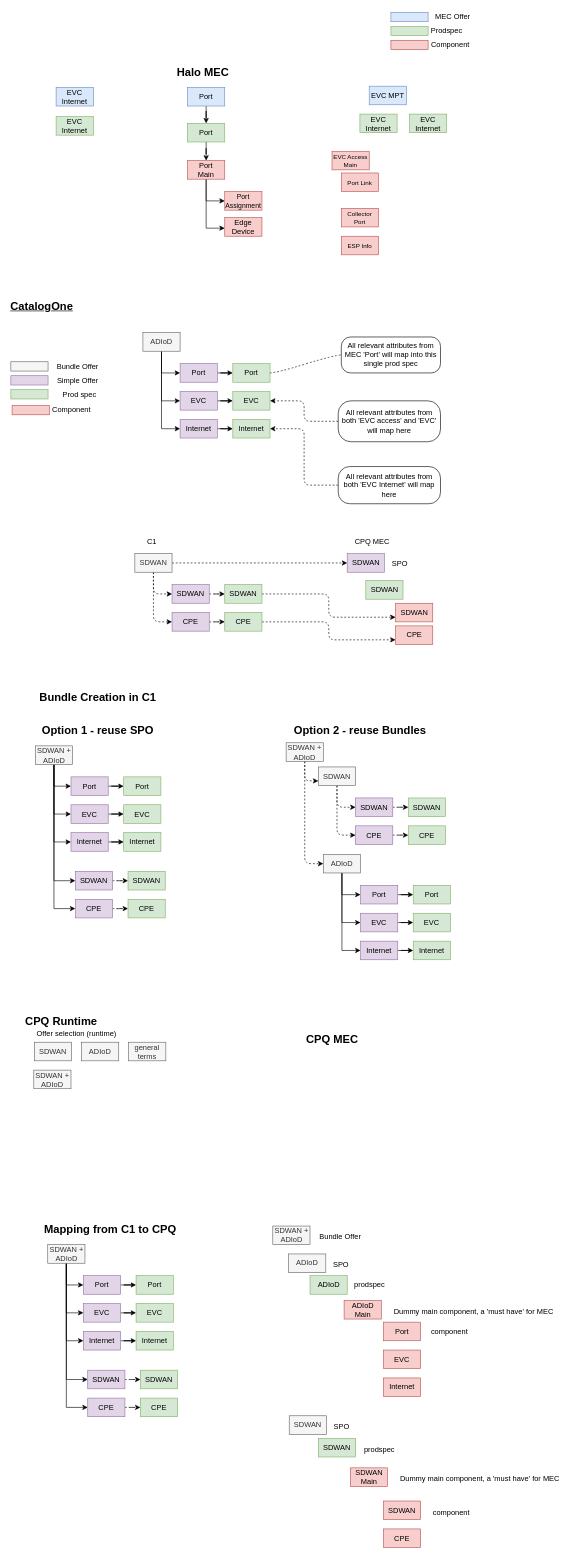
Before: B2B/C1/C1 to CPQ MEC.drawio in udiargaman/Designs, a draw.io diagram. Source tidied: cells renumbered, new cells numbered last; positions are measured from the earlier drawing's top-left corner, leaving out a move shared by most shapes. Both pictures are drawn from the tidied source at 62%, with x=0, y=0 at pixel (11, 11).
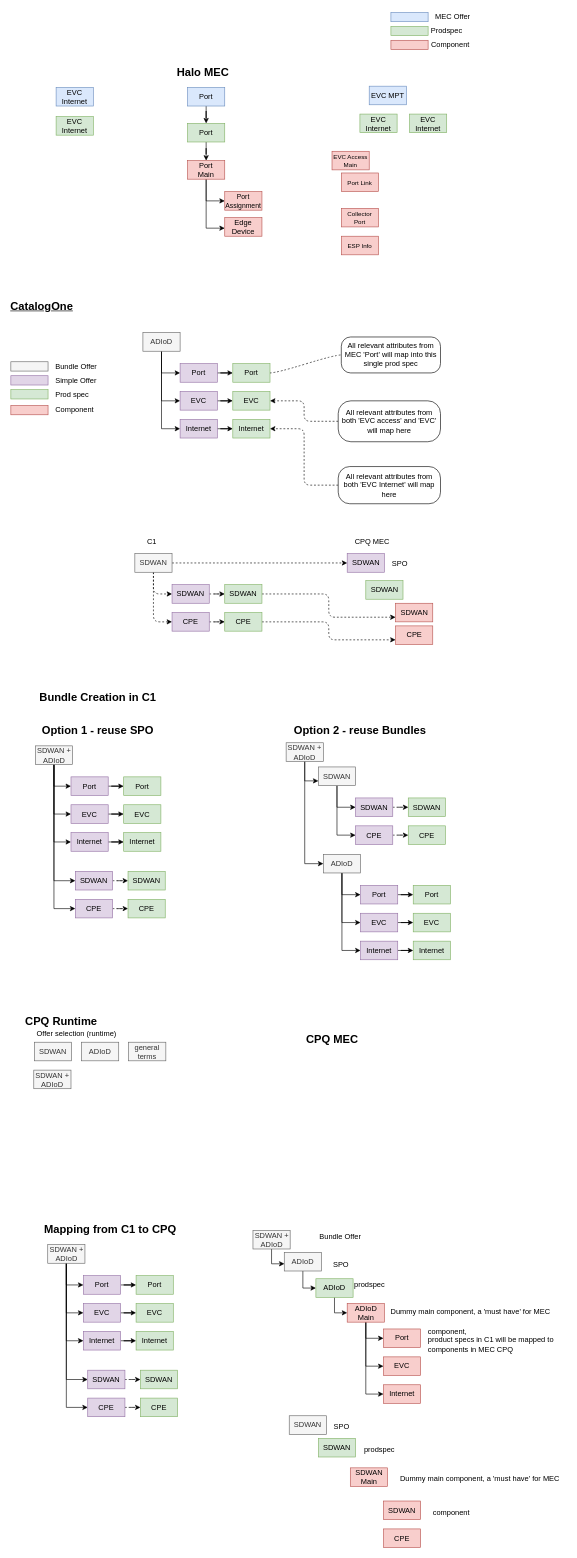
After the change.

Unchanged cells that the change refers to:
```xml
<mxCell id="104" value="SDWAN + ADIoD" style="rounded=0;whiteSpace=wrap;html=1;fillColor=#f5f5f5;strokeColor=#666666;fontColor=#333333;" parent="1" vertex="1">
  <mxGeometry x="444" y="1180.5" width="60" height="30" as="geometry" />
</mxCell>
<mxCell id="107" value="SDWAN" style="rounded=0;whiteSpace=wrap;html=1;fillColor=#f5f5f5;strokeColor=#666666;fontColor=#333333;" parent="1" vertex="1">
  <mxGeometry x="496" y="1219.5" width="60" height="30" as="geometry" />
</mxCell>
<mxCell id="109" value="SDWAN" style="rounded=0;whiteSpace=wrap;html=1;fillColor=#e1d5e7;strokeColor=#9673a6;" parent="1" vertex="1">
  <mxGeometry x="556" y="1269.5" width="60" height="30" as="geometry" />
</mxCell>
<mxCell id="111" value="CPE" style="rounded=0;whiteSpace=wrap;html=1;fillColor=#e1d5e7;strokeColor=#9673a6;" parent="1" vertex="1">
  <mxGeometry x="556" y="1314.5" width="60" height="30" as="geometry" />
</mxCell>
<mxCell id="117" value="ADIoD" style="rounded=0;whiteSpace=wrap;html=1;fillColor=#f5f5f5;strokeColor=#666666;fontColor=#333333;" parent="1" vertex="1">
  <mxGeometry x="504" y="1360.5" width="60" height="30" as="geometry" />
</mxCell>
```

The edit, as a diff of the source:
```diff
@@
-    <mxCell id="35" value="Simple Offer" style="text;html=1;strokeColor=none;fillColor=none;align=center;verticalAlign=middle;whiteSpace=wrap;rounded=0;" parent="1" vertex="1">
+    <mxCell id="35" value="Simple Offer" style="text;html=1;strokeColor=none;fillColor=none;align=left;verticalAlign=middle;whiteSpace=wrap;rounded=0;" parent="1" vertex="1">
       <mxGeometry x="70" y="586" width="76" height="20" as="geometry" />
     </mxCell>
@@
-    <mxCell id="37" value="Prod spec" style="text;html=1;strokeColor=none;fillColor=none;align=center;verticalAlign=middle;whiteSpace=wrap;rounded=0;" parent="1" vertex="1">
-      <mxGeometry x="76" y="609" width="70" height="20" as="geometry" />
+    <mxCell id="37" value="Prod spec" style="text;html=1;strokeColor=none;fillColor=none;align=left;verticalAlign=middle;whiteSpace=wrap;rounded=0;" parent="1" vertex="1">
+      <mxGeometry x="70" y="609" width="70" height="20" as="geometry" />
     </mxCell>
@@
-    <mxCell id="39" value="Bundle Offer" style="text;html=1;strokeColor=none;fillColor=none;align=center;verticalAlign=middle;whiteSpace=wrap;rounded=0;" parent="1" vertex="1">
+    <mxCell id="39" value="Bundle Offer" style="text;html=1;strokeColor=none;fillColor=none;align=left;verticalAlign=middle;whiteSpace=wrap;rounded=0;" parent="1" vertex="1">
       <mxGeometry x="70" y="564" width="76" height="20" as="geometry" />
     </mxCell>
@@
     <mxCell id="83" style="rounded=0;whiteSpace=wrap;html=1;fillColor=#f8cecc;strokeColor=#b85450;" parent="1" vertex="1">
-      <mxGeometry x="2" y="636.5" width="60" height="15" as="geometry" />
+      <mxGeometry y="636.5" width="60" height="15" as="geometry" />
     </mxCell>
-    <mxCell id="84" value="Component" style="text;html=1;strokeColor=none;fillColor=none;align=center;verticalAlign=middle;whiteSpace=wrap;rounded=0;" parent="1" vertex="1">
-      <mxGeometry x="78" y="634" width="40" height="20" as="geometry" />
+    <mxCell id="84" value="Component" style="text;html=1;strokeColor=none;fillColor=none;align=left;verticalAlign=middle;whiteSpace=wrap;rounded=0;" parent="1" vertex="1">
+      <mxGeometry x="70" y="634" width="91" height="20" as="geometry" />
     </mxCell>
@@
-    <mxCell id="102" style="edgeStyle=orthogonalEdgeStyle;rounded=1;jettySize=auto;html=1;entryX=0;entryY=0.75;entryDx=0;entryDy=0;dashed=1;fontSize=12;" parent="1" edge="1" source="104" target="107">
+    <mxCell id="102" style="edgeStyle=orthogonalEdgeStyle;rounded=0;jettySize=auto;html=1;entryX=0;entryY=0.75;entryDx=0;entryDy=0;fontSize=12;" parent="1" edge="1" source="104" target="107">
       <mxGeometry relative="1" as="geometry" />
     </mxCell>
-    <mxCell id="103" style="edgeStyle=orthogonalEdgeStyle;rounded=1;jettySize=auto;html=1;entryX=0;entryY=0.5;entryDx=0;entryDy=0;dashed=1;fontSize=12;" parent="1" edge="1" source="104" target="117">
+    <mxCell id="103" style="edgeStyle=orthogonalEdgeStyle;rounded=0;jettySize=auto;html=1;entryX=0;entryY=0.5;entryDx=0;entryDy=0;fontSize=12;" parent="1" edge="1" source="104" target="117">
       <mxGeometry relative="1" as="geometry" />
     </mxCell>
@@
-    <mxCell id="105" style="edgeStyle=orthogonalEdgeStyle;rounded=1;jettySize=auto;html=1;entryX=0;entryY=0.5;entryDx=0;entryDy=0;dashed=1;fontSize=12;" parent="1" edge="1" source="107" target="109">
+    <mxCell id="105" style="edgeStyle=orthogonalEdgeStyle;rounded=0;jettySize=auto;html=1;entryX=0;entryY=0.5;entryDx=0;entryDy=0;fontSize=12;" parent="1" edge="1" source="107" target="109">
       <mxGeometry relative="1" as="geometry" />
     </mxCell>
-    <mxCell id="106" style="edgeStyle=orthogonalEdgeStyle;rounded=1;jettySize=auto;html=1;entryX=0;entryY=0.5;entryDx=0;entryDy=0;dashed=1;fontSize=12;" parent="1" edge="1" source="107" target="111">
+    <mxCell id="106" style="edgeStyle=orthogonalEdgeStyle;rounded=0;jettySize=auto;html=1;entryX=0;entryY=0.5;entryDx=0;entryDy=0;fontSize=12;" parent="1" edge="1" source="107" target="111">
       <mxGeometry relative="1" as="geometry" />
     </mxCell>
@@
+    <mxCell id="173" style="edgeStyle=orthogonalEdgeStyle;rounded=0;jettySize=auto;html=1;entryX=0.004;entryY=0.613;entryDx=0;entryDy=0;entryPerimeter=0;" parent="1" edge="1" source="152" target="165">
+      <mxGeometry relative="1" as="geometry" />
+    </mxCell>
     <mxCell id="152" value="SDWAN + ADIoD" style="rounded=0;whiteSpace=wrap;html=1;fillColor=#f5f5f5;strokeColor=#666666;fontColor=#333333;" parent="1" vertex="1">
-      <mxGeometry x="422.5" y="1960" width="60" height="30" as="geometry" />
+      <mxGeometry x="390.5" y="1967" width="60" height="30" as="geometry" />
     </mxCell>
@@
     <mxCell id="154" value="Port" style="rounded=0;whiteSpace=wrap;html=1;fillColor=#f8cecc;strokeColor=#b85450;" parent="1" vertex="1">
-      <mxGeometry x="601" y="2115" width="60" height="30" as="geometry" />
+      <mxGeometry x="601" y="2126" width="60" height="30" as="geometry" />
     </mxCell>
     <mxCell id="155" value="EVC" style="rounded=0;whiteSpace=wrap;html=1;fillColor=#f8cecc;strokeColor=#b85450;" parent="1" vertex="1">
-      <mxGeometry x="601" y="2160" width="60" height="30" as="geometry" />
+      <mxGeometry x="601" y="2171" width="60" height="30" as="geometry" />
     </mxCell>
     <mxCell id="156" value="Internet" style="rounded=0;whiteSpace=wrap;html=1;fillColor=#f8cecc;strokeColor=#b85450;" parent="1" vertex="1">
-      <mxGeometry x="601" y="2205" width="60" height="30" as="geometry" />
+      <mxGeometry x="601" y="2216" width="60" height="30" as="geometry" />
     </mxCell>
@@
-    <mxCell id="161" value="component" style="text;html=1;align=left;verticalAlign=top;spacingTop=-4;fontSize=12;" parent="1" vertex="1">
-      <mxGeometry x="676" y="2121" width="69" height="14" as="geometry" />
+    <mxCell id="161" value="component,&lt;br&gt;product specs in C1 will be mapped to &lt;br&gt;components in MEC CPQ" style="text;html=1;align=left;verticalAlign=top;spacingTop=-4;fontSize=12;" parent="1" vertex="1">
+      <mxGeometry x="671" y="2120" width="216" height="42" as="geometry" />
     </mxCell>
+    <mxCell id="174" style="edgeStyle=orthogonalEdgeStyle;rounded=0;jettySize=auto;html=1;entryX=0;entryY=0.5;entryDx=0;entryDy=0;" parent="1" edge="1" source="162" target="169">
+      <mxGeometry relative="1" as="geometry" />
+    </mxCell>
     <mxCell id="162" value="ADIoD" style="rounded=0;whiteSpace=wrap;html=1;fillColor=#d5e8d4;strokeColor=#82b366;" parent="1" vertex="1">
-      <mxGeometry x="482.5" y="2040" width="60" height="30" as="geometry" />
+      <mxGeometry x="492" y="2045" width="60" height="30" as="geometry" />
     </mxCell>
@@
+    <mxCell id="175" style="edgeStyle=orthogonalEdgeStyle;rounded=0;jettySize=auto;html=1;entryX=0;entryY=0.5;entryDx=0;entryDy=0;" parent="1" edge="1" source="165" target="162">
+      <mxGeometry relative="1" as="geometry" />
+    </mxCell>
     <mxCell id="165" value="ADIoD" style="rounded=0;whiteSpace=wrap;html=1;fillColor=#f5f5f5;strokeColor=#666666;fontColor=#333333;" parent="1" vertex="1">
-      <mxGeometry x="448" y="2005" width="60" height="30" as="geometry" />
+      <mxGeometry x="441" y="2002.5" width="60" height="30" as="geometry" />
     </mxCell>
@@
+    <mxCell id="176" style="edgeStyle=orthogonalEdgeStyle;rounded=0;jettySize=auto;html=1;entryX=0;entryY=0.5;entryDx=0;entryDy=0;" parent="1" edge="1" source="169" target="154">
+      <mxGeometry relative="1" as="geometry" />
+    </mxCell>
+    <mxCell id="177" style="edgeStyle=orthogonalEdgeStyle;rounded=0;jettySize=auto;html=1;entryX=0;entryY=0.5;entryDx=0;entryDy=0;" parent="1" edge="1" source="169" target="155">
+      <mxGeometry relative="1" as="geometry" />
+    </mxCell>
+    <mxCell id="178" style="edgeStyle=orthogonalEdgeStyle;rounded=0;jettySize=auto;html=1;entryX=0;entryY=0.5;entryDx=0;entryDy=0;" parent="1" edge="1" source="169" target="156">
+      <mxGeometry relative="1" as="geometry" />
+    </mxCell>
     <mxCell id="169" value="ADIoD&lt;br&gt;Main" style="rounded=0;whiteSpace=wrap;html=1;fillColor=#f8cecc;strokeColor=#b85450;" parent="1" vertex="1">
-      <mxGeometry x="537.5" y="2080" width="60" height="30" as="geometry" />
+      <mxGeometry x="542.5" y="2085" width="60" height="30" as="geometry" />
     </mxCell>
     <mxCell id="170" value="Dummy main component, a 'must have' for MEC" style="text;html=1;align=left;verticalAlign=top;spacingTop=-4;fontSize=12;" parent="1" vertex="1">
-      <mxGeometry x="616" y="2088" width="270" height="20" as="geometry" />
+      <mxGeometry x="610.5" y="2088" width="270" height="20" as="geometry" />
     </mxCell>
```
